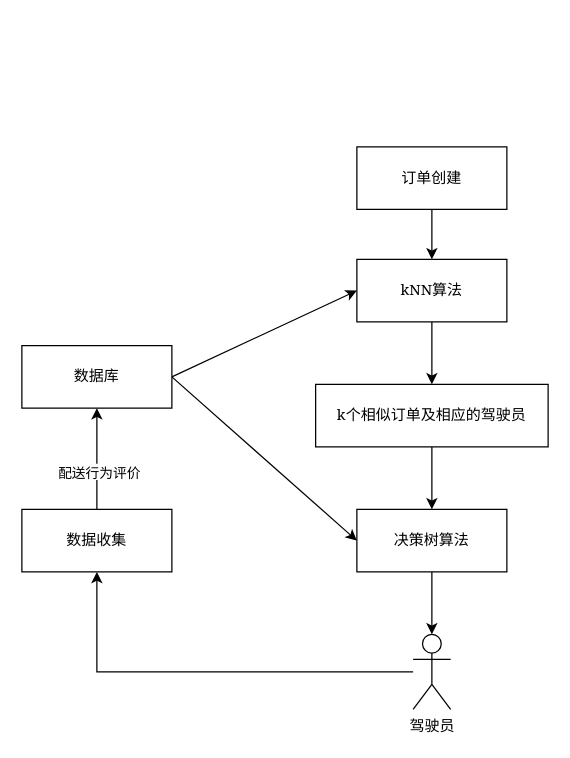
Before: 小论文/驾驶员推荐系统结构.drawio in YoungYo/drawio, a draw.io diagram. Source tidied: cells renumbered, new cells numbered last; positions are measured from the earlier drawing's top-left corner, leaving out a move shared by most shapes. Both pictures are drawn from the tidied source at 125%, with x=0, y=0 at pixel (21, 146).
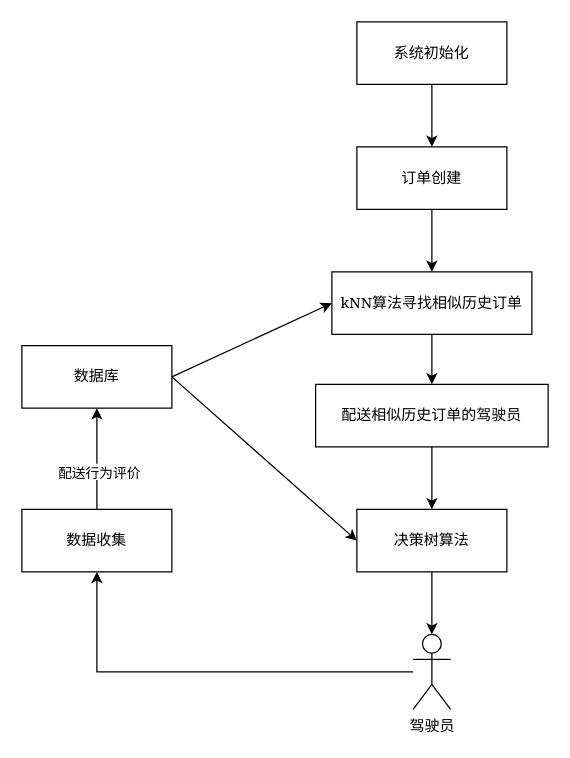
Above is the later version.

Commit message:
Update 驾驶员推荐系统结构.drawio

The edit, as a diff of the source:
```diff
@@
 <mxGraphModel>
   <root>
     <mxCell id="0" />
     <mxCell id="1" parent="0" />
     <mxCell id="2" style="edgeStyle=orthogonalEdgeStyle;rounded=0;jettySize=auto;html=1;entryX=0.5;entryY=0;entryDx=0;entryDy=0;fontFamily=Georgia;" parent="1" edge="1" source="3" target="5">
       <mxGeometry relative="1" as="geometry" />
     </mxCell>
     <mxCell id="3" value="订单创建" style="rounded=0;whiteSpace=wrap;html=1;fontFamily=Georgia;" parent="1" vertex="1">
       <mxGeometry x="268" width="120" height="50" as="geometry" />
     </mxCell>
     <mxCell id="4" style="edgeStyle=orthogonalEdgeStyle;rounded=0;jettySize=auto;html=1;entryX=0.5;entryY=0;entryDx=0;entryDy=0;fontFamily=Georgia;" parent="1" edge="1" source="5" target="7">
       <mxGeometry relative="1" as="geometry" />
     </mxCell>
-    <mxCell id="5" value="kNN算法" style="rounded=0;whiteSpace=wrap;html=1;fontFamily=Georgia;" parent="1" vertex="1">
-      <mxGeometry x="268" y="90" width="120" height="50" as="geometry" />
+    <mxCell id="5" value="kNN算法寻找相似历史订单" style="rounded=0;whiteSpace=wrap;html=1;fontFamily=Georgia;" parent="1" vertex="1">
+      <mxGeometry x="248" y="100" width="160" height="50" as="geometry" />
     </mxCell>
     <mxCell id="6" style="edgeStyle=orthogonalEdgeStyle;rounded=0;jettySize=auto;html=1;entryX=0.5;entryY=0;entryDx=0;entryDy=0;fontFamily=Georgia;" parent="1" edge="1" source="7" target="9">
       <mxGeometry relative="1" as="geometry" />
     </mxCell>
-    <mxCell id="7" value="k个相似订单及相应的驾驶员" style="rounded=0;whiteSpace=wrap;html=1;fontFamily=Georgia;" parent="1" vertex="1">
+    <mxCell id="7" value="配送相似历史订单的驾驶员" style="rounded=0;whiteSpace=wrap;html=1;fontFamily=Georgia;" parent="1" vertex="1">
       <mxGeometry x="235" y="190" width="186" height="50" as="geometry" />
     </mxCell>
     <mxCell id="8" style="edgeStyle=none;rounded=0;jettySize=auto;html=1;entryX=0.5;entryY=0;entryDx=0;entryDy=0;entryPerimeter=0;fontFamily=Georgia;" parent="1" edge="1" source="9" target="13">
       <mxGeometry relative="1" as="geometry" />
     </mxCell>
     <mxCell id="9" value="决策树算法" style="rounded=0;whiteSpace=wrap;html=1;fontFamily=Georgia;" parent="1" vertex="1">
       <mxGeometry x="268" y="290" width="120" height="50" as="geometry" />
     </mxCell>
     <mxCell id="10" style="edgeStyle=orthogonalEdgeStyle;rounded=0;jettySize=auto;html=1;entryX=0.5;entryY=1;entryDx=0;entryDy=0;exitX=0.5;exitY=0;exitDx=0;exitDy=0;fontFamily=Georgia;" parent="1" edge="1" source="17" target="16">
       <mxGeometry relative="1" as="geometry" />
     </mxCell>
     <mxCell id="11" value="配送行为评价" style="edgeLabel;html=1;align=center;verticalAlign=middle;fontFamily=Georgia;" parent="10" vertex="1">
       <mxGeometry x="-0.24" y="-1" relative="1" as="geometry" />
     </mxCell>
     <mxCell id="12" style="edgeStyle=orthogonalEdgeStyle;rounded=0;jettySize=auto;html=1;entryX=0.5;entryY=1;entryDx=0;entryDy=0;fontFamily=Georgia;" parent="1" edge="1" source="13" target="17">
       <mxGeometry relative="1" as="geometry" />
     </mxCell>
     <mxCell id="13" value="驾驶员" style="shape=umlActor;verticalLabelPosition=bottom;labelBackgroundColor=#ffffff;verticalAlign=top;html=1;outlineConnect=0;fontFamily=Georgia;" parent="1" vertex="1">
       <mxGeometry x="313" y="390" width="30" height="60" as="geometry" />
     </mxCell>
     <mxCell id="14" style="rounded=0;jettySize=auto;html=1;entryX=0;entryY=0.5;entryDx=0;entryDy=0;exitX=1;exitY=0.5;exitDx=0;exitDy=0;fontFamily=Georgia;" parent="1" edge="1" source="16" target="5">
       <mxGeometry relative="1" as="geometry" />
     </mxCell>
     <mxCell id="15" style="edgeStyle=none;rounded=0;jettySize=auto;html=1;entryX=0;entryY=0.5;entryDx=0;entryDy=0;exitX=1;exitY=0.5;exitDx=0;exitDy=0;fontFamily=Georgia;" parent="1" edge="1" source="16" target="9">
       <mxGeometry relative="1" as="geometry" />
     </mxCell>
     <mxCell id="16" value="数据库" style="rounded=0;whiteSpace=wrap;html=1;fontFamily=Georgia;" parent="1" vertex="1">
       <mxGeometry y="159" width="120" height="50" as="geometry" />
     </mxCell>
     <mxCell id="17" value="数据收集" style="rounded=0;whiteSpace=wrap;html=1;fontFamily=Georgia;" parent="1" vertex="1">
       <mxGeometry y="290" width="120" height="50" as="geometry" />
     </mxCell>
+    <mxCell id="18" style="edgeStyle=orthogonalEdgeStyle;rounded=0;jettySize=auto;html=1;entryX=0.5;entryY=0;entryDx=0;entryDy=0;" parent="1" edge="1" source="19" target="3">
+      <mxGeometry relative="1" as="geometry" />
+    </mxCell>
+    <mxCell id="19" value="系统初始化" style="rounded=0;whiteSpace=wrap;html=1;fontFamily=Georgia;" parent="1" vertex="1">
+      <mxGeometry x="268" y="-100" width="120" height="50" as="geometry" />
+    </mxCell>
   </root>
 </mxGraphModel>
```
